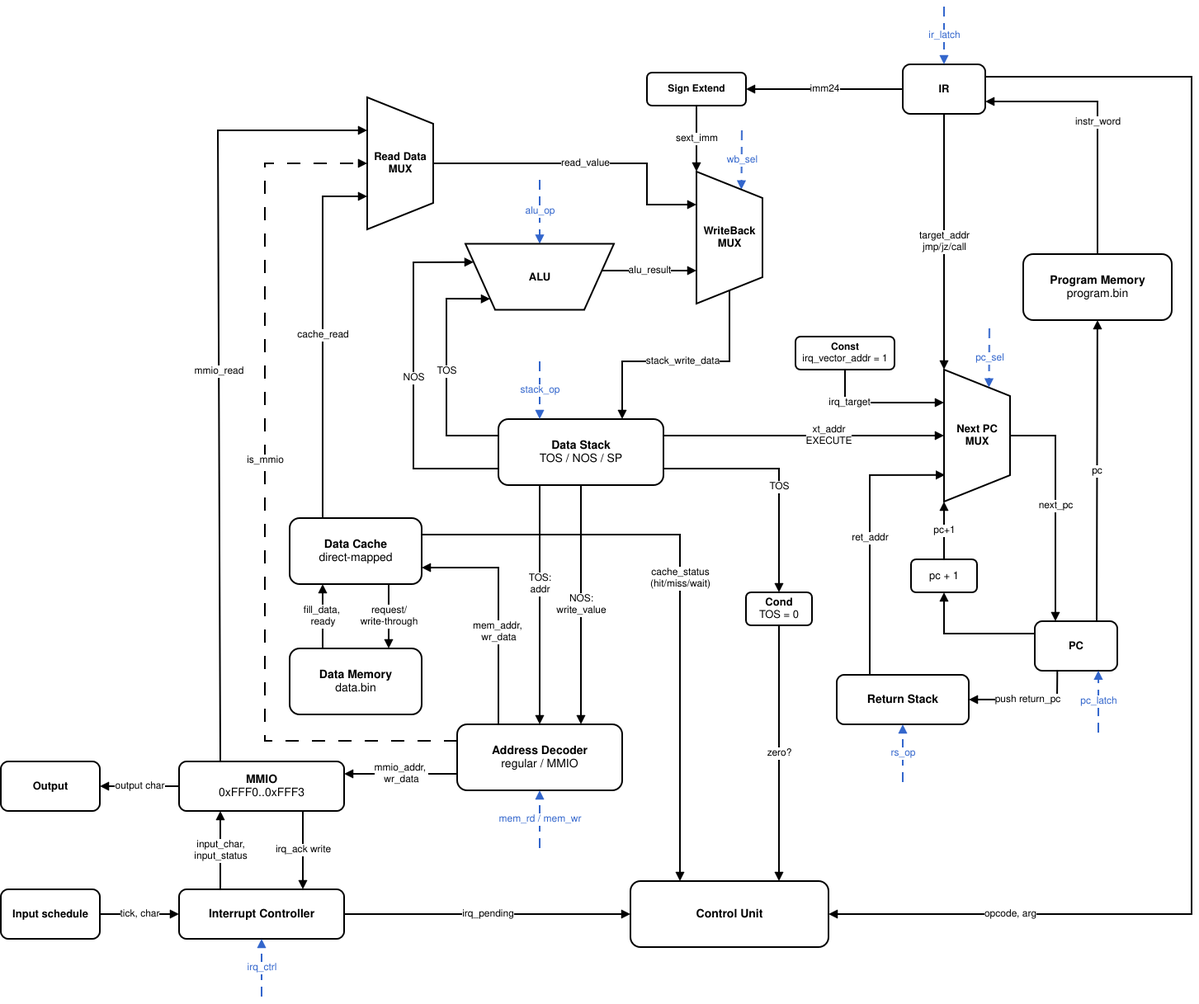
Before: fig/datapath.png, a diagram exported from draw.io (barmichevg/csa-lab4). Source tidied: cells renumbered, new cells last; positions are measured from the earlier drawing's top-left corner, leaving out a move shared by most shapes.
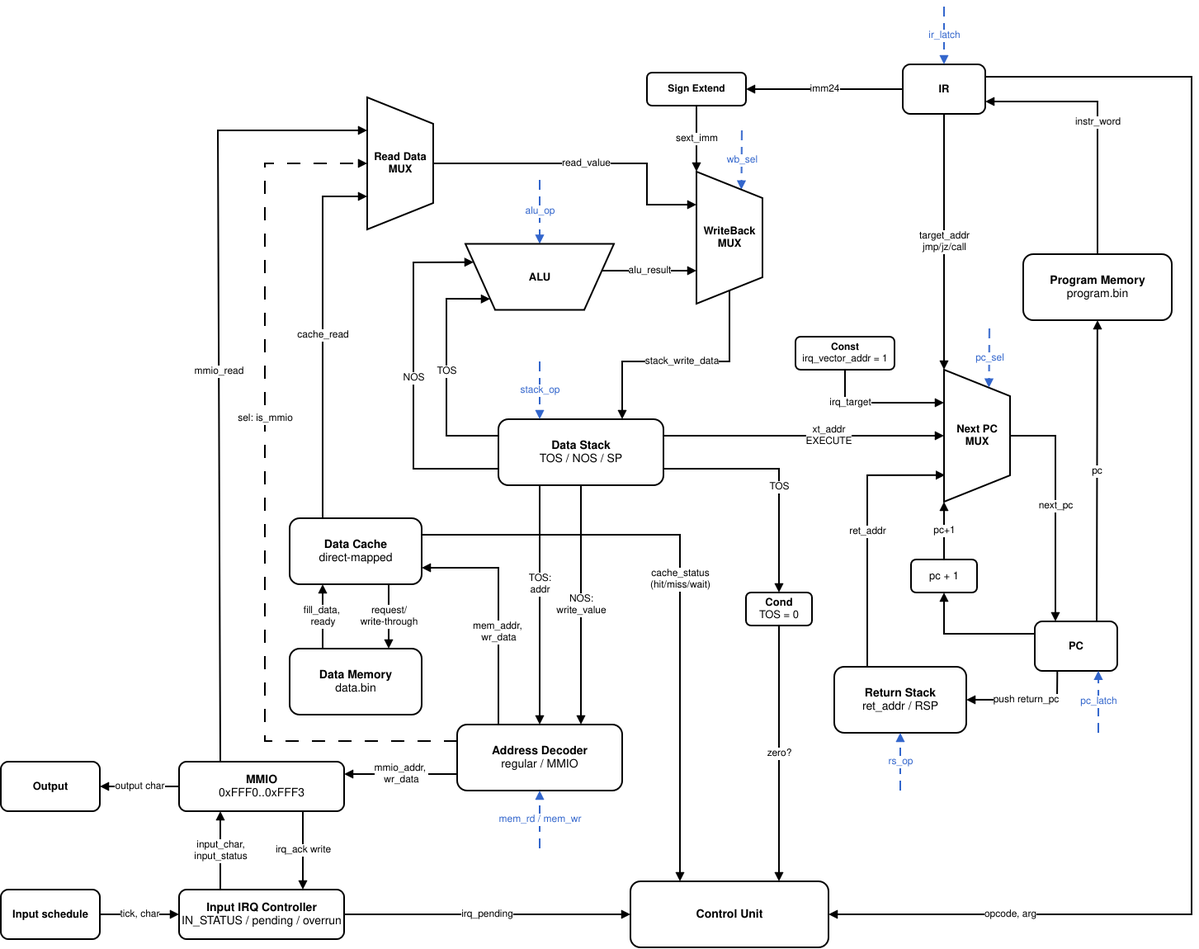
Later version of the same file.

What changed in the source:
```diff
@@ -29,8 +29,8 @@
     <mxCell id="10" value="&lt;b&gt;Cond&lt;/b&gt;&lt;br/&gt;TOS = 0" style="rounded=1;whiteSpace=wrap;html=1;strokeWidth=2;fillColor=#ffffff;strokeColor=#000000;fontSize=13;" parent="1" vertex="1">
       <mxGeometry x="903" y="710" width="80" height="40" as="geometry" />
     </mxCell>
-    <mxCell id="11" value="&lt;b&gt;Return Stack&lt;/b&gt;" style="rounded=1;whiteSpace=wrap;html=1;strokeWidth=2;fillColor=#ffffff;strokeColor=#000000;fontSize=14;" parent="1" vertex="1">
-      <mxGeometry x="1013" y="810" width="160" height="60" as="geometry" />
+    <mxCell id="11" value="&lt;b&gt;Return Stack&lt;br&gt;&lt;/b&gt;ret_addr&amp;nbsp;/ RSP" style="rounded=1;whiteSpace=wrap;html=1;strokeWidth=2;fillColor=#ffffff;strokeColor=#000000;fontSize=14;" parent="1" vertex="1">
+      <mxGeometry x="1010" y="800" width="160" height="80" as="geometry" />
     </mxCell>
     <mxCell id="12" value="&lt;b&gt;Address Decoder&lt;/b&gt;&lt;br/&gt;regular / MMIO" style="rounded=1;whiteSpace=wrap;html=1;strokeWidth=2;fillColor=#ffffff;strokeColor=#000000;fontSize=14;" parent="1" vertex="1">
       <mxGeometry x="553" y="870" width="200" height="80" as="geometry" />
@@ -38,7 +38,7 @@
     <mxCell id="13" value="&lt;b&gt;MMIO&lt;/b&gt;&lt;br/&gt;0xFFF0..0xFFF3" style="rounded=1;whiteSpace=wrap;html=1;strokeWidth=2;fillColor=#ffffff;strokeColor=#000000;fontSize=14;" parent="1" vertex="1">
       <mxGeometry x="216" y="915" width="200" height="60" as="geometry" />
     </mxCell>
-    <mxCell id="14" value="&lt;b&gt;Interrupt Controller&lt;/b&gt;" style="rounded=1;whiteSpace=wrap;html=1;strokeWidth=2;fillColor=#ffffff;strokeColor=#000000;fontSize=14;" parent="1" vertex="1">
+    <mxCell id="14" value="&lt;div&gt;&lt;span&gt;&lt;b&gt;Input IRQ Controller&lt;/b&gt;&lt;/span&gt;&lt;/div&gt;&lt;div&gt;IN_STATUS / pending / overrun&lt;/div&gt;" style="rounded=1;whiteSpace=wrap;html=1;strokeWidth=2;fillColor=#ffffff;strokeColor=#000000;fontSize=14;" parent="1" vertex="1">
       <mxGeometry x="216" y="1070" width="200" height="60" as="geometry" />
     </mxCell>
     <mxCell id="15" value="&lt;b&gt;Input schedule&lt;/b&gt;" style="rounded=1;whiteSpace=wrap;html=1;strokeWidth=2;fillColor=#ffffff;strokeColor=#000000;fontSize=13;" parent="1" vertex="1">
@@ -135,7 +135,7 @@
     <mxCell id="34" value="ret_addr" style="endArrow=block;html=1;rounded=0;strokeWidth=2;strokeColor=#000000;fontSize=12;entryX=0.799;entryY=0.984;entryDx=0;entryDy=0;entryPerimeter=0;exitX=0.25;exitY=0;exitDx=0;exitDy=0;" parent="1" edge="1" source="11" target="6">
       <mxGeometry relative="1" as="geometry">
         <Array as="points">
-          <mxPoint x="1053" y="568" />
+          <mxPoint x="1050" y="568" />
         </Array>
       </mxGeometry>
     </mxCell>
@@ -203,7 +203,7 @@
     </mxCell>
     <mxCell id="48" value="rs_op" style="endArrow=block;html=1;rounded=0;strokeWidth=2;dashed=1;dashPattern=6 4;strokeColor=#3366CC;fontColor=#3366CC;fontSize=12;" parent="1" edge="1" target="11">
       <mxGeometry relative="1" as="geometry">
-        <mxPoint x="1093" y="940" as="sourcePoint" />
+        <mxPoint x="1090" y="950" as="sourcePoint" />
       </mxGeometry>
     </mxCell>
     <mxCell id="49" value="alu_op" style="endArrow=block;html=1;rounded=0;strokeWidth=2;dashed=1;dashPattern=6 4;strokeColor=#3366CC;fontColor=#3366CC;fontSize=12;" parent="1" edge="1" target="60">
@@ -221,11 +221,6 @@
         <mxPoint x="653" y="1020" as="sourcePoint" />
       </mxGeometry>
     </mxCell>
-    <mxCell id="52" value="irq_ctrl" style="endArrow=block;html=1;rounded=0;strokeWidth=2;dashed=1;dashPattern=6 4;strokeColor=#3366CC;fontColor=#3366CC;fontSize=12;" parent="1" edge="1" target="14">
-      <mxGeometry relative="1" as="geometry">
-        <mxPoint x="316" y="1200" as="sourcePoint" />
-      </mxGeometry>
-    </mxCell>
     <mxCell id="53" value="&lt;b&gt;Sign Extend&lt;/b&gt;" style="rounded=1;whiteSpace=wrap;html=1;strokeWidth=2;fillColor=#ffffff;strokeColor=#000000;fontSize=12;" parent="1" vertex="1">
       <mxGeometry x="783" y="80" width="120" height="40" as="geometry" />
     </mxCell>
@@ -270,8 +265,8 @@
     <mxCell id="63" value="&lt;div&gt;request/&lt;/div&gt;&lt;div&gt;write-through&lt;/div&gt;" style="endArrow=block;html=1;rounded=0;strokeWidth=2;strokeColor=#000000;fontSize=12;entryX=0.75;entryY=0;entryDx=0;entryDy=0;exitX=0.75;exitY=1;exitDx=0;exitDy=0;" parent="1" edge="1" source="17" target="18">
       <mxGeometry relative="1" as="geometry" />
     </mxCell>
-    <mxCell id="64" value="is_mmio" style="endArrow=block;html=1;rounded=0;strokeWidth=2;strokeColor=#000000;fontSize=12;exitX=0;exitY=0.25;exitDx=0;exitDy=0;entryX=0.5;entryY=1;entryDx=0;entryDy=0;dashed=1;dashPattern=8 8;" parent="1" edge="1" source="12" target="19">
-      <mxGeometry x="0.08" relative="1" as="geometry">
+    <mxCell id="64" value="&lt;div&gt;sel: is_mmio&lt;/div&gt;" style="endArrow=block;html=1;rounded=0;strokeWidth=2;strokeColor=#000000;fontSize=12;exitX=0;exitY=0.25;exitDx=0;exitDy=0;entryX=0.5;entryY=1;entryDx=0;entryDy=0;dashed=1;dashPattern=8 8;" parent="1" edge="1" source="12" target="19">
+      <mxGeometry x="0.18" relative="1" as="geometry">
         <Array as="points">
           <mxPoint x="320" y="890" />
           <mxPoint x="320" y="190" />
```
